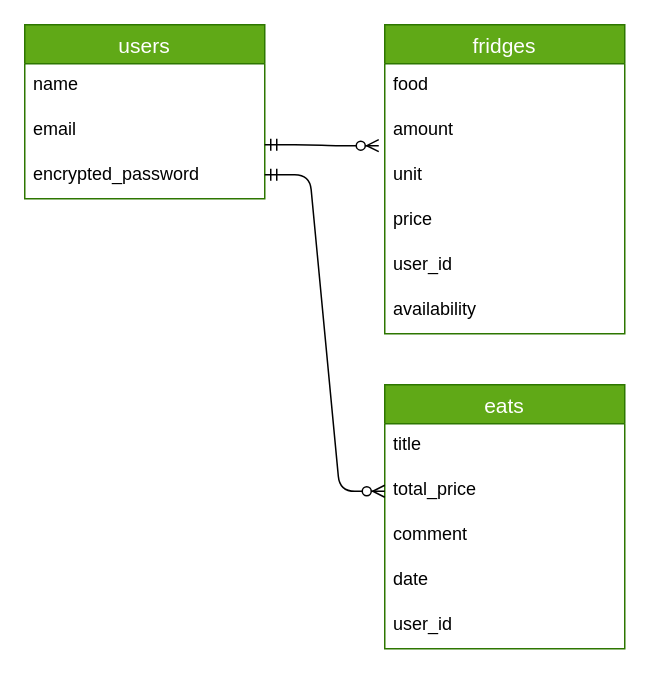
Earlier version of the draw.io diagram er.dio (nameko710/meshiroku). Source tidied: cells renumbered, new cells numbered last; positions are measured from the earlier drawing's top-left corner, leaving out a move shared by most shapes. Both pictures are drawn from the tidied source at 150%, with x=0, y=0 at pixel (24, 24).
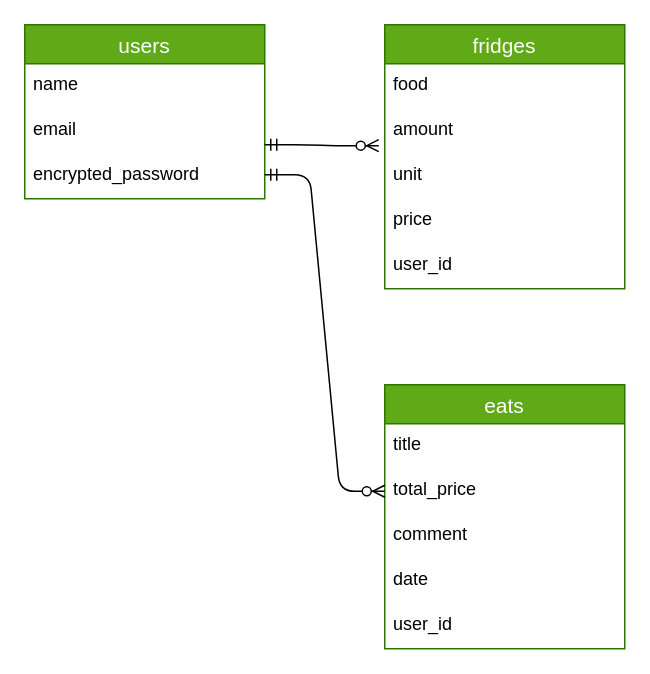
The same page after the edit.

Diff of the diagram source:
```diff
@@
     <mxCell id="6" value="fridges" style="swimlane;fontStyle=0;horizontal=1;startSize=26;align=center;fontSize=14;fillColor=#60a917;fontColor=#ffffff;strokeColor=#2D7600;" parent="1" vertex="1">
-      <mxGeometry x="240" width="160" height="206" as="geometry" />
+      <mxGeometry x="240" width="160" height="176" as="geometry" />
     </mxCell>
@@
-    <mxCell id="12" value="availability" style="text;strokeColor=none;fillColor=none;spacingLeft=4;spacingRight=4;overflow=hidden;fontSize=12;" parent="6" vertex="1">
-      <mxGeometry y="176" width="160" height="30" as="geometry" />
-    </mxCell>
```
